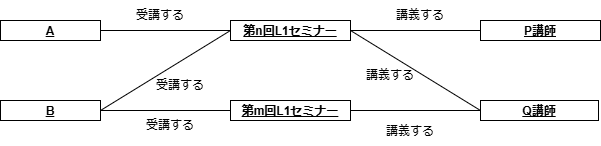
Earlier version of the draw.io export lesson 05-3.drawio.png (kenboasakura/UML_GettingStarted). Source tidied: cells renumbered, new cells last; positions are measured from the earlier drawing's top-left corner, leaving out a move shared by most shapes.
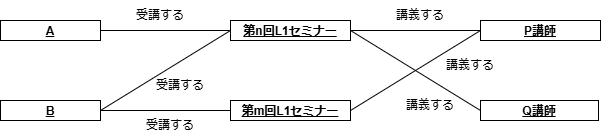
After the commit.

The edit, as a diff of the source:
```diff
@@ -37,8 +37,10 @@
         <mxPoint x="350" y="30" as="sourcePoint" />
       </mxGeometry>
     </mxCell>
-    <mxCell id="13" style="endArrow=none;html=1;rounded=0;entryX=0;entryY=0.5;entryDx=0;entryDy=0;exitX=1;exitY=0.5;exitDx=0;exitDy=0;" parent="1" edge="1" source="7" target="5">
-      <mxGeometry relative="1" as="geometry" />
+    <mxCell id="13" style="endArrow=none;html=1;rounded=0;exitX=1;exitY=0.5;exitDx=0;exitDy=0;" parent="1" edge="1" source="7">
+      <mxGeometry relative="1" as="geometry">
+        <mxPoint x="480" y="30" as="targetPoint" />
+      </mxGeometry>
     </mxCell>
     <mxCell id="14" value="受講する" style="text;html=1;align=center;verticalAlign=middle;whiteSpace=wrap;rounded=0;" parent="1" vertex="1">
       <mxGeometry x="150" y="70" width="60" height="30" as="geometry" />
@@ -50,10 +52,10 @@
       <mxGeometry x="130" width="60" height="30" as="geometry" />
     </mxCell>
     <mxCell id="17" value="講義する" style="text;html=1;align=center;verticalAlign=middle;whiteSpace=wrap;rounded=0;" parent="1" vertex="1">
-      <mxGeometry x="380" y="116" width="60" height="30" as="geometry" />
+      <mxGeometry x="400" y="90" width="60" height="30" as="geometry" />
     </mxCell>
     <mxCell id="18" value="講義する" style="text;html=1;align=center;verticalAlign=middle;whiteSpace=wrap;rounded=0;" parent="1" vertex="1">
-      <mxGeometry x="360" y="60" width="60" height="30" as="geometry" />
+      <mxGeometry x="440" y="50" width="60" height="30" as="geometry" />
     </mxCell>
     <mxCell id="19" value="講義する" style="text;html=1;align=center;verticalAlign=middle;whiteSpace=wrap;rounded=0;" parent="1" vertex="1">
       <mxGeometry x="390" width="60" height="30" as="geometry" />
```
